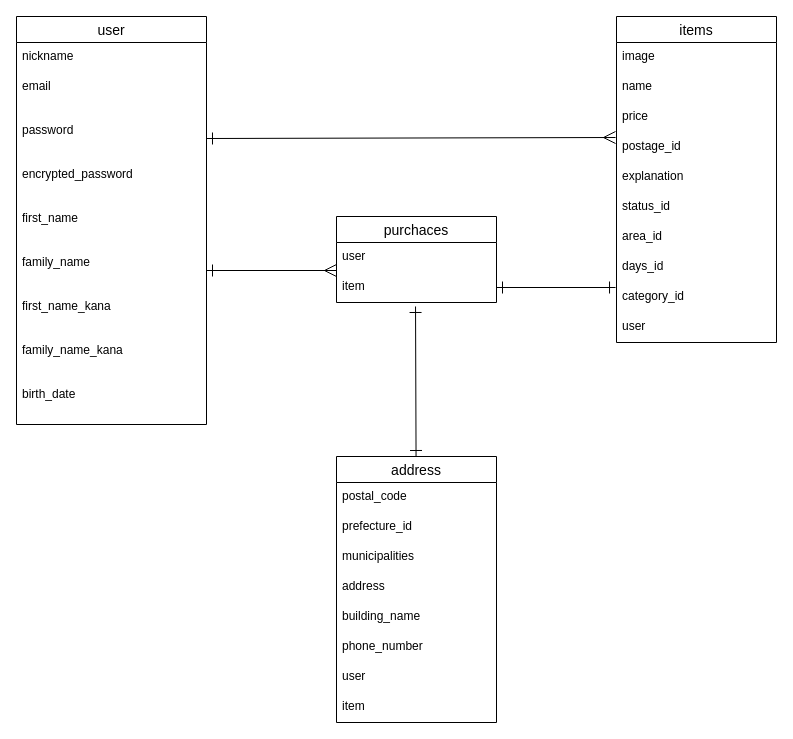
Above: ER図.dio in MaybeYuuki/furima-38254 (draw.io), before the change. Source tidied: cells renumbered, new cells numbered last; positions are measured from the earlier drawing's top-left corner, leaving out a move shared by most shapes. Both pictures are drawn from the tidied source at 100%, with x=0, y=0 at pixel (16, 16).
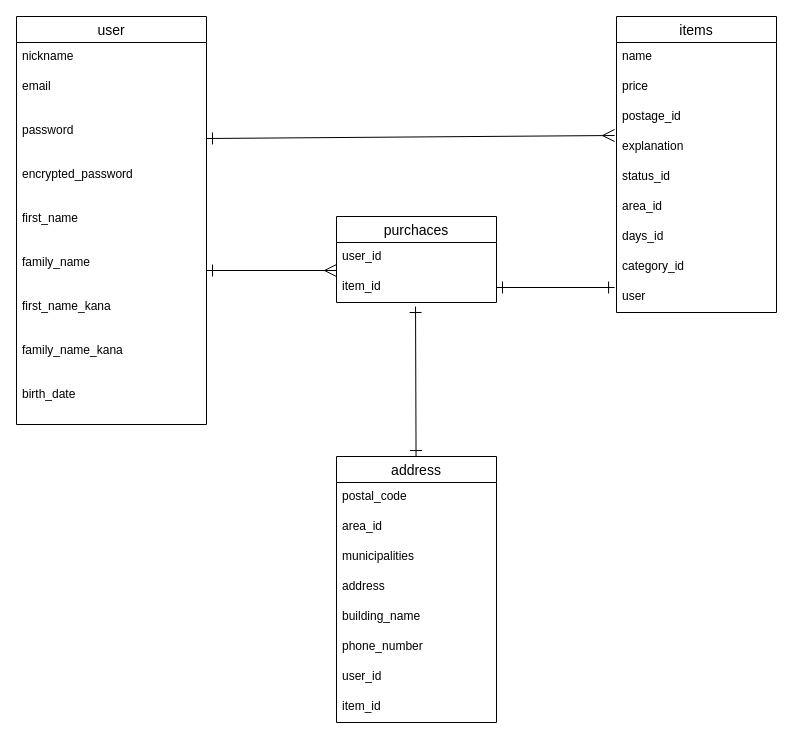
The same diagram, later.

The change refers to these unchanged cells:
```xml
<mxCell id="5" value="password" style="text;strokeColor=none;fillColor=none;spacingLeft=4;spacingRight=4;overflow=hidden;points=[[0,0.5],[1,0.5]];portConstraint=eastwest;fontSize=12;" parent="2" vertex="1">
  <mxGeometry y="100" width="190" height="44" as="geometry" />
</mxCell>
<mxCell id="23" value="purchaces" style="swimlane;fontStyle=0;horizontal=1;startSize=26;align=center;fontSize=14;" parent="1" vertex="1">
  <mxGeometry x="320" y="200" width="160" height="86" as="geometry" />
</mxCell>
<mxCell id="27" value="address" style="swimlane;fontStyle=0;horizontal=1;startSize=26;align=center;fontSize=14;" parent="1" vertex="1">
  <mxGeometry x="320" y="440" width="160" height="266" as="geometry" />
</mxCell>
```

Change to the diagram source:
```diff
@@
     <mxCell id="12" value="items" style="swimlane;fontStyle=0;horizontal=1;startSize=26;align=center;fontSize=14;" parent="1" vertex="1">
-      <mxGeometry x="600" width="160" height="326" as="geometry" />
+      <mxGeometry x="600" width="160" height="296" as="geometry" />
     </mxCell>
-    <mxCell id="13" value="image" style="text;strokeColor=none;fillColor=none;spacingLeft=4;spacingRight=4;overflow=hidden;fontSize=12;" parent="12" vertex="1">
-      <mxGeometry y="26" width="160" height="30" as="geometry" />
-    </mxCell>
     <mxCell id="14" value="name" style="text;strokeColor=none;fillColor=none;spacingLeft=4;spacingRight=4;overflow=hidden;fontSize=12;" parent="12" vertex="1">
-      <mxGeometry y="56" width="160" height="30" as="geometry" />
+      <mxGeometry y="26" width="160" height="30" as="geometry" />
     </mxCell>
     <mxCell id="15" value="price" style="text;strokeColor=none;fillColor=none;spacingLeft=4;spacingRight=4;overflow=hidden;fontSize=12;" parent="12" vertex="1">
-      <mxGeometry y="86" width="160" height="30" as="geometry" />
+      <mxGeometry y="56" width="160" height="30" as="geometry" />
     </mxCell>
     <mxCell id="16" value="postage_id" style="text;strokeColor=none;fillColor=none;spacingLeft=4;spacingRight=4;overflow=hidden;points=[[0,0.5],[1,0.5]];portConstraint=eastwest;fontSize=12;" parent="12" vertex="1">
-      <mxGeometry y="116" width="160" height="30" as="geometry" />
+      <mxGeometry y="86" width="160" height="30" as="geometry" />
     </mxCell>
     <mxCell id="17" value="explanation" style="text;strokeColor=none;fillColor=none;spacingLeft=4;spacingRight=4;overflow=hidden;fontSize=12;" parent="12" vertex="1">
-      <mxGeometry y="146" width="160" height="30" as="geometry" />
+      <mxGeometry y="116" width="160" height="30" as="geometry" />
     </mxCell>
     <mxCell id="18" value="status_id" style="text;strokeColor=none;fillColor=none;spacingLeft=4;spacingRight=4;overflow=hidden;fontSize=12;" parent="12" vertex="1">
-      <mxGeometry y="176" width="160" height="30" as="geometry" />
+      <mxGeometry y="146" width="160" height="30" as="geometry" />
     </mxCell>
     <mxCell id="19" value="area_id" style="text;strokeColor=none;fillColor=none;spacingLeft=4;spacingRight=4;overflow=hidden;fontSize=12;" parent="12" vertex="1">
-      <mxGeometry y="206" width="160" height="30" as="geometry" />
+      <mxGeometry y="176" width="160" height="30" as="geometry" />
     </mxCell>
     <mxCell id="20" value="days_id" style="text;strokeColor=none;fillColor=none;spacingLeft=4;spacingRight=4;overflow=hidden;fontSize=12;" parent="12" vertex="1">
-      <mxGeometry y="236" width="160" height="30" as="geometry" />
+      <mxGeometry y="206" width="160" height="30" as="geometry" />
     </mxCell>
     <mxCell id="21" value="category_id" style="text;strokeColor=none;fillColor=none;spacingLeft=4;spacingRight=4;overflow=hidden;points=[[0,0.5],[1,0.5]];portConstraint=eastwest;fontSize=12;" parent="12" vertex="1">
-      <mxGeometry y="266" width="160" height="30" as="geometry" />
+      <mxGeometry y="236" width="160" height="30" as="geometry" />
     </mxCell>
     <mxCell id="22" value="user" style="text;strokeColor=none;fillColor=none;spacingLeft=4;spacingRight=4;overflow=hidden;points=[[0,0.5],[1,0.5]];portConstraint=eastwest;fontSize=12;" parent="12" vertex="1">
-      <mxGeometry y="296" width="160" height="30" as="geometry" />
+      <mxGeometry y="266" width="160" height="30" as="geometry" />
     </mxCell>
@@
-    <mxCell id="24" value="user" style="text;strokeColor=none;fillColor=none;spacingLeft=4;spacingRight=4;overflow=hidden;fontSize=12;" parent="23" vertex="1">
+    <mxCell id="24" value="user_id" style="text;strokeColor=none;fillColor=none;spacingLeft=4;spacingRight=4;overflow=hidden;fontSize=12;" parent="23" vertex="1">
       <mxGeometry y="26" width="160" height="30" as="geometry" />
     </mxCell>
-    <mxCell id="25" value="item" style="text;strokeColor=none;fillColor=none;spacingLeft=4;spacingRight=4;overflow=hidden;points=[[0,0.5],[1,0.5]];portConstraint=eastwest;fontSize=12;" parent="23" vertex="1">
+    <mxCell id="25" value="item_id" style="text;strokeColor=none;fillColor=none;spacingLeft=4;spacingRight=4;overflow=hidden;points=[[0,0.5],[1,0.5]];portConstraint=eastwest;fontSize=12;" parent="23" vertex="1">
       <mxGeometry y="56" width="160" height="30" as="geometry" />
     </mxCell>
@@
-    <mxCell id="29" value="prefecture_id" style="text;strokeColor=none;fillColor=none;spacingLeft=4;spacingRight=4;overflow=hidden;fontSize=12;" parent="27" vertex="1">
+    <mxCell id="29" value="area_id" style="text;strokeColor=none;fillColor=none;spacingLeft=4;spacingRight=4;overflow=hidden;fontSize=12;" parent="27" vertex="1">
       <mxGeometry y="56" width="160" height="30" as="geometry" />
     </mxCell>
@@
-    <mxCell id="34" value="user" style="text;strokeColor=none;fillColor=none;spacingLeft=4;spacingRight=4;overflow=hidden;fontSize=12;" parent="27" vertex="1">
+    <mxCell id="34" value="user_id" style="text;strokeColor=none;fillColor=none;spacingLeft=4;spacingRight=4;overflow=hidden;fontSize=12;" parent="27" vertex="1">
       <mxGeometry y="206" width="160" height="30" as="geometry" />
     </mxCell>
-    <mxCell id="35" value="item" style="text;strokeColor=none;fillColor=none;spacingLeft=4;spacingRight=4;overflow=hidden;fontSize=12;" parent="27" vertex="1">
+    <mxCell id="35" value="item_id" style="text;strokeColor=none;fillColor=none;spacingLeft=4;spacingRight=4;overflow=hidden;fontSize=12;" parent="27" vertex="1">
       <mxGeometry y="236" width="160" height="30" as="geometry" />
     </mxCell>
-    <mxCell id="36" style="edgeStyle=none;html=1;exitX=1;exitY=0.5;exitDx=0;exitDy=0;entryX=-0.006;entryY=0.167;entryDx=0;entryDy=0;endArrow=ERmany;endFill=0;entryPerimeter=0;startArrow=ERone;startFill=0;endSize=10;startSize=10;" parent="1" edge="1" source="5" target="16">
+    <mxCell id="36" style="edgeStyle=none;html=1;exitX=1;exitY=0.5;exitDx=0;exitDy=0;entryX=-0.012;entryY=1.1;entryDx=0;entryDy=0;endArrow=ERmany;endFill=0;entryPerimeter=0;startArrow=ERone;startFill=0;endSize=10;startSize=10;" parent="1" edge="1" source="5" target="16">
       <mxGeometry relative="1" as="geometry" />
     </mxCell>
@@
-    <mxCell id="38" style="edgeStyle=none;html=1;exitX=1;exitY=0.5;exitDx=0;exitDy=0;entryX=-0.006;entryY=0.167;entryDx=0;entryDy=0;entryPerimeter=0;startArrow=ERone;startFill=0;endArrow=ERone;endFill=0;endSize=10;startSize=10;" parent="1" edge="1" source="25" target="21">
+    <mxCell id="38" style="edgeStyle=none;html=1;exitX=1;exitY=0.5;exitDx=0;exitDy=0;entryX=-0.012;entryY=0.167;entryDx=0;entryDy=0;entryPerimeter=0;startArrow=ERone;startFill=0;endArrow=ERone;endFill=0;endSize=10;startSize=10;" parent="1" edge="1" source="25" target="22">
       <mxGeometry relative="1" as="geometry" />
     </mxCell>
```
